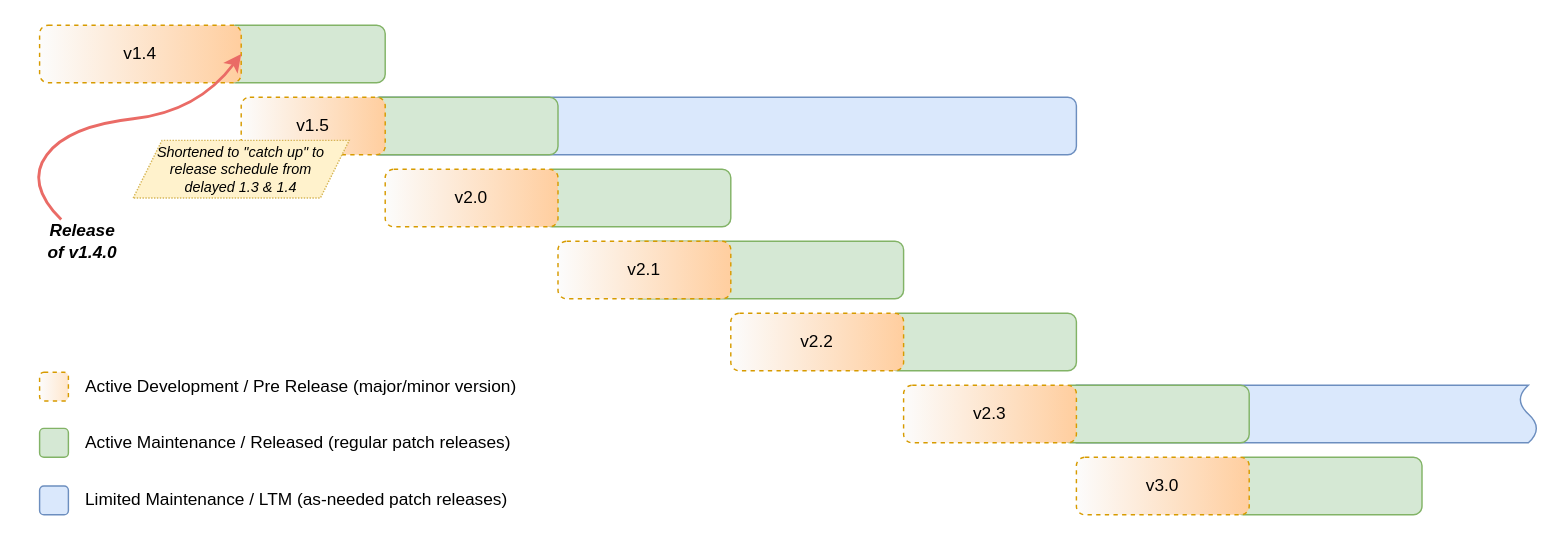
The draw.io diagram nautobot/docs/media/development/index_release_cadence.drawio in nautobot/nautobot, before the edit. Source tidied: cells renumbered, new cells numbered last; positions are measured from the earlier drawing's top-left corner, leaving out a move shared by most shapes. Both pictures are drawn from the tidied source at 144%, with x=0, y=0 at pixel (24, 24).
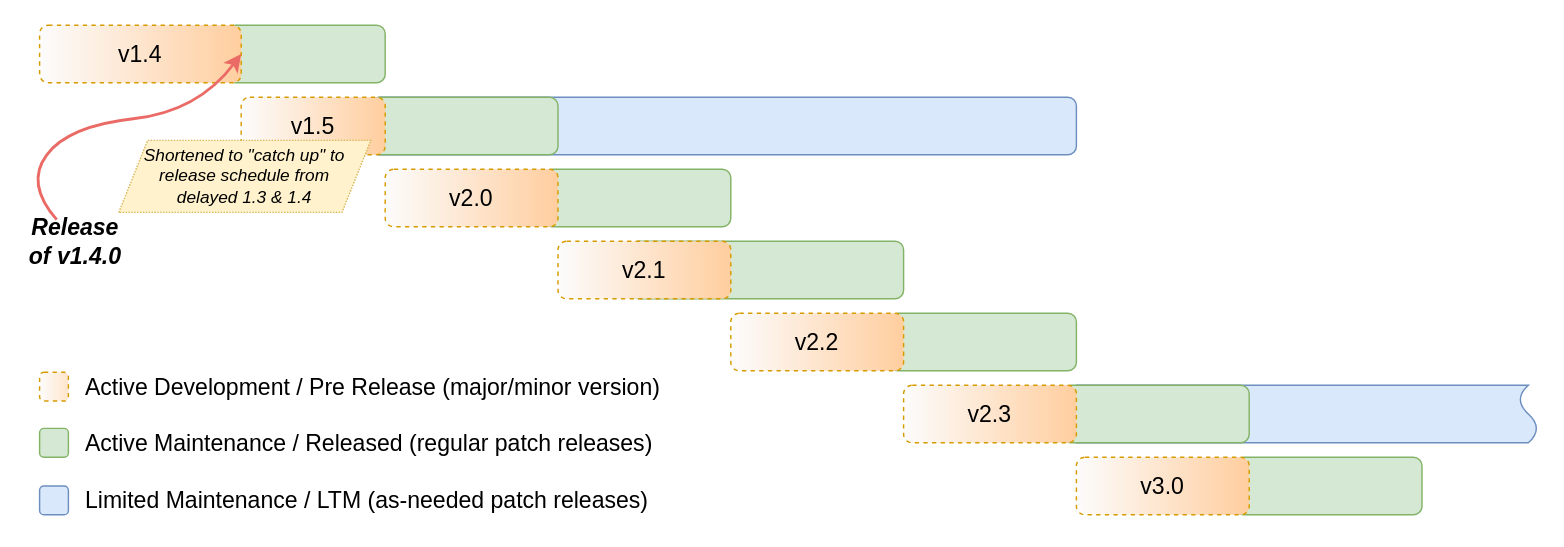
The same page after the edit.

Diff of the diagram source:
```diff
@@
-    <mxCell id="5" value="v1.5" style="rounded=1;whiteSpace=wrap;html=1;fillColor=#FFCE9F;strokeColor=#d79b00;dashed=1;gradientColor=#FCFCFC;gradientDirection=west;" parent="1" vertex="1">
+    <mxCell id="5" value="v1.5" style="rounded=1;whiteSpace=wrap;html=1;fillColor=#FFCE9F;strokeColor=#d79b00;dashed=1;gradientColor=#FCFCFC;gradientDirection=west;fontSize=16;" parent="1" vertex="1">
       <mxGeometry x="150" y="50" width="100" height="40" as="geometry" />
     </mxCell>
@@
-    <mxCell id="7" value="v1.4" style="rounded=1;whiteSpace=wrap;html=1;fillColor=#FFCE9F;strokeColor=#d79b00;gradientColor=#FCFCFC;gradientDirection=west;dashed=1;" parent="1" vertex="1">
+    <mxCell id="7" value="v1.4" style="rounded=1;whiteSpace=wrap;html=1;fillColor=#FFCE9F;strokeColor=#d79b00;gradientColor=#FCFCFC;gradientDirection=west;dashed=1;fontSize=16;" parent="1" vertex="1">
       <mxGeometry x="10" width="140" height="40" as="geometry" />
     </mxCell>
@@
-    <mxCell id="10" value="v2.1" style="rounded=1;whiteSpace=wrap;html=1;fillColor=#FFCE9F;strokeColor=#d79b00;gradientColor=#FCFCFC;gradientDirection=west;dashed=1;" parent="1" vertex="1">
+    <mxCell id="10" value="v2.1" style="rounded=1;whiteSpace=wrap;html=1;fillColor=#FFCE9F;strokeColor=#d79b00;gradientColor=#FCFCFC;gradientDirection=west;dashed=1;fontSize=16;" parent="1" vertex="1">
       <mxGeometry x="370" y="150" width="120" height="40" as="geometry" />
     </mxCell>
@@
-    <mxCell id="12" value="v2.2" style="rounded=1;whiteSpace=wrap;html=1;fillColor=#FFCE9F;strokeColor=#d79b00;gradientColor=#FCFCFC;gradientDirection=west;dashed=1;" parent="1" vertex="1">
+    <mxCell id="12" value="v2.2" style="rounded=1;whiteSpace=wrap;html=1;fillColor=#FFCE9F;strokeColor=#d79b00;gradientColor=#FCFCFC;gradientDirection=west;dashed=1;fontSize=16;" parent="1" vertex="1">
       <mxGeometry x="490" y="200" width="120" height="40" as="geometry" />
     </mxCell>
@@
-    <mxCell id="14" value="v2.3" style="rounded=1;whiteSpace=wrap;html=1;fillColor=#FFCE9F;strokeColor=#d79b00;gradientColor=#FCFCFC;gradientDirection=west;dashed=1;" parent="1" vertex="1">
+    <mxCell id="14" value="v2.3" style="rounded=1;whiteSpace=wrap;html=1;fillColor=#FFCE9F;strokeColor=#d79b00;gradientColor=#FCFCFC;gradientDirection=west;dashed=1;fontSize=16;" parent="1" vertex="1">
       <mxGeometry x="610" y="250" width="120" height="40" as="geometry" />
     </mxCell>
@@
-    <mxCell id="16" value="Release of v1.4.0" style="text;html=1;strokeColor=none;fillColor=none;align=center;verticalAlign=middle;whiteSpace=wrap;rounded=0;dashed=1;fontSize=12;fontStyle=3;" parent="1" vertex="1">
-      <mxGeometry x="10" y="135" width="60" height="30" as="geometry" />
-    </mxCell>
@@
-    <mxCell id="18" value="v3.0" style="rounded=1;whiteSpace=wrap;html=1;fillColor=#FFCE9F;strokeColor=#d79b00;gradientColor=#FCFCFC;gradientDirection=west;dashed=1;" parent="1" vertex="1">
+    <mxCell id="18" value="v3.0" style="rounded=1;whiteSpace=wrap;html=1;fillColor=#FFCE9F;strokeColor=#d79b00;gradientColor=#FCFCFC;gradientDirection=west;dashed=1;fontSize=16;" parent="1" vertex="1">
       <mxGeometry x="730" y="300" width="120" height="40" as="geometry" />
     </mxCell>
@@
-    <mxCell id="20" value="Active Development / Pre Release (major/minor version)" style="text;html=1;strokeColor=none;fillColor=none;align=left;verticalAlign=middle;whiteSpace=wrap;rounded=0;" parent="1" vertex="1">
-      <mxGeometry x="40" y="236" width="310" height="30" as="geometry" />
+    <mxCell id="20" value="Active Development / Pre Release (major/minor version)" style="text;html=1;strokeColor=none;fillColor=none;align=left;verticalAlign=middle;whiteSpace=wrap;rounded=0;fontSize=16;" parent="1" vertex="1">
+      <mxGeometry x="40" y="236" width="450" height="30" as="geometry" />
     </mxCell>
@@
-    <mxCell id="22" value="Active Maintenance / Released (regular patch releases)" style="text;html=1;strokeColor=none;fillColor=none;align=left;verticalAlign=middle;whiteSpace=wrap;rounded=0;" parent="1" vertex="1">
-      <mxGeometry x="40" y="275" width="300" height="30" as="geometry" />
+    <mxCell id="22" value="Active Maintenance / Released (regular patch releases)" style="text;html=1;strokeColor=none;fillColor=none;align=left;verticalAlign=middle;whiteSpace=wrap;rounded=0;fontSize=16;" parent="1" vertex="1">
+      <mxGeometry x="40" y="275" width="450" height="30" as="geometry" />
     </mxCell>
@@
-    <mxCell id="24" value="Limited Maintenance / LTM (as-needed patch releases)" style="text;html=1;strokeColor=none;fillColor=none;align=left;verticalAlign=middle;whiteSpace=wrap;rounded=0;" parent="1" vertex="1">
-      <mxGeometry x="40" y="315" width="300" height="30" as="geometry" />
+    <mxCell id="24" value="Limited Maintenance / LTM (as-needed patch releases)" style="text;html=1;strokeColor=none;fillColor=none;align=left;verticalAlign=middle;whiteSpace=wrap;rounded=0;fontSize=16;" parent="1" vertex="1">
+      <mxGeometry x="40" y="315" width="450" height="30" as="geometry" />
     </mxCell>
-    <mxCell id="25" value="v2.0" style="rounded=1;whiteSpace=wrap;html=1;fillColor=#FFCE9F;strokeColor=#d79b00;gradientColor=#FCFCFC;gradientDirection=west;dashed=1;" parent="1" vertex="1">
+    <mxCell id="25" value="v2.0" style="rounded=1;whiteSpace=wrap;html=1;fillColor=#FFCE9F;strokeColor=#d79b00;gradientColor=#FCFCFC;gradientDirection=west;dashed=1;fontSize=16;" parent="1" vertex="1">
       <mxGeometry x="250" y="100" width="120" height="40" as="geometry" />
     </mxCell>
-    <mxCell id="26" value="Shortened to &quot;catch up&quot;&amp;nbsp;to&lt;br&gt;release schedule from&lt;br&gt;delayed 1.3 &amp;amp; 1.4" style="shape=parallelogram;perimeter=parallelogramPerimeter;whiteSpace=wrap;html=1;fixedSize=1;fontSize=10;fontStyle=2;fillColor=#fff2cc;strokeColor=#d6b656;dashed=1;dashPattern=1 1;" parent="1" vertex="1">
-      <mxGeometry x="75" y="80" width="150" height="40" as="geometry" />
+    <mxCell id="26" value="Shortened to &quot;catch up&quot;&amp;nbsp;to&lt;br style=&quot;font-size: 12px;&quot;&gt;release schedule from&lt;br style=&quot;font-size: 12px;&quot;&gt;delayed 1.3 &amp;amp; 1.4" style="shape=parallelogram;perimeter=parallelogramPerimeter;whiteSpace=wrap;html=1;fixedSize=1;fontSize=12;fontStyle=2;fillColor=#fff2cc;strokeColor=#d6b656;dashed=1;dashPattern=1 1;" parent="1" vertex="1">
+      <mxGeometry x="65" y="80" width="175" height="50" as="geometry" />
     </mxCell>
+    <mxCell id="16" value="Release of v1.4.0" style="text;html=1;strokeColor=none;fillColor=none;align=center;verticalAlign=middle;whiteSpace=wrap;rounded=0;dashed=1;fontSize=16;fontStyle=3;" parent="1" vertex="1">
+      <mxGeometry y="135" width="70" height="30" as="geometry" />
+    </mxCell>
```
